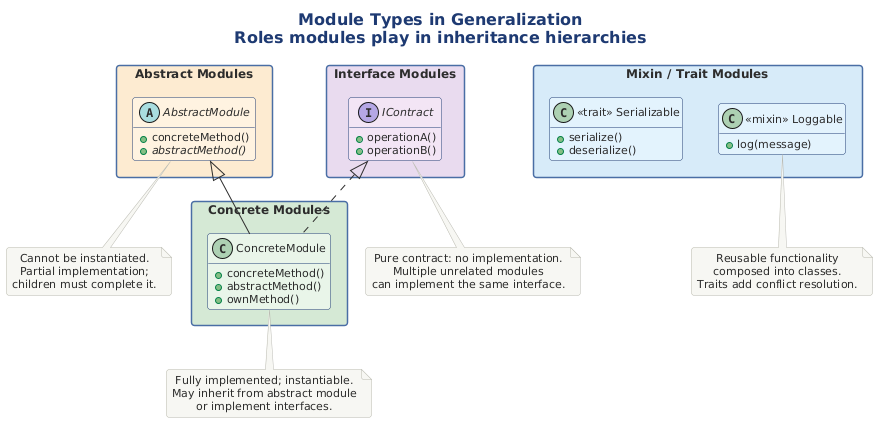
The PlantUML diagram src/architecture/views-and-beyond/style-catalogs/module/generalization-style/png/module-types-generalization-roles-modules.png in Notoriousjayy/latex-docs, before a commit. Its diagram source:
```plantuml
@startuml

title **Module Types in Generalization**\nRoles modules play in inheritance hierarchies

!include ../../../../../../tooling/styles/plantuml/structural/class-diagram-style.iuml

package "Abstract Modules" #FDEBD0 {
  abstract class "AbstractModule" as absmod #FFF3E0 {
    + concreteMethod()
    {abstract} + abstractMethod()
  }
}

package "Interface Modules" #E8DAEF {
  interface "IContract" as iface #F3E5F5 {
    + operationA()
    + operationB()
  }
}

package "Concrete Modules" #D5E8D4 {
  class "ConcreteModule" as conmod #E8F5E9 {
    + concreteMethod()
    + abstractMethod()
    + ownMethod()
  }
}

package "Mixin / Trait Modules" #D6EAF8 {
  class "<<mixin>> Loggable" as mixin #E3F2FD {
    + log(message)
  }
  class "<<trait>> Serializable" as trait #E3F2FD {
    + serialize()
    + deserialize()
  }
}

absmod <|-- conmod
iface <|.. conmod

note bottom of absmod
  Cannot be instantiated.
  Partial implementation;
  children must complete it.
end note

note bottom of iface
  Pure contract: no implementation.
  Multiple unrelated modules
  can implement the same interface.
end note

note bottom of conmod
  Fully implemented; instantiable.
  May inherit from abstract module
  or implement interfaces.
end note

note bottom of mixin
  Reusable functionality
  composed into classes.
  Traits add conflict resolution.
end note

@enduml
```
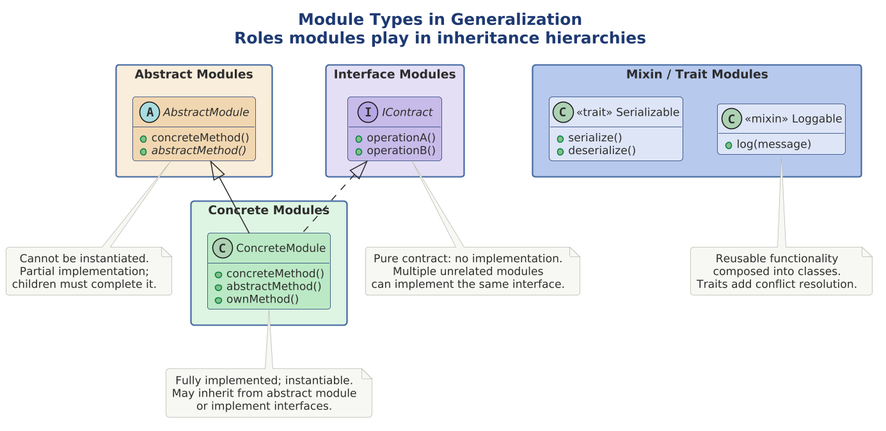
Above is the later version.

The edit, as a diff of the source:
```diff
@@ -1,36 +1,41 @@
 @startuml
+
+skinparam dpi 150
+
+
+
 
 title **Module Types in Generalization**\nRoles modules play in inheritance hierarchies
 
 !include ../../../../../../tooling/styles/plantuml/structural/class-diagram-style.iuml
 
-package "Abstract Modules" #FDEBD0 {
-  abstract class "AbstractModule" as absmod #FFF3E0 {
+package "Abstract Modules" $fill_caution {
+  abstract class "AbstractModule" as absmod $deep_caution {
     + concreteMethod()
     {abstract} + abstractMethod()
   }
 }
 
-package "Interface Modules" #E8DAEF {
-  interface "IContract" as iface #F3E5F5 {
+package "Interface Modules" $fill_alt {
+  interface "IContract" as iface $deep_alt {
     + operationA()
     + operationB()
   }
 }
 
-package "Concrete Modules" #D5E8D4 {
-  class "ConcreteModule" as conmod #E8F5E9 {
+package "Concrete Modules" $fill_ok {
+  class "ConcreteModule" as conmod $deep_ok {
     + concreteMethod()
     + abstractMethod()
     + ownMethod()
   }
 }
 
-package "Mixin / Trait Modules" #D6EAF8 {
-  class "<<mixin>> Loggable" as mixin #E3F2FD {
+package "Mixin / Trait Modules" $deep_primary {
+  class "<<mixin>> Loggable" as mixin $fill_primary {
     + log(message)
   }
-  class "<<trait>> Serializable" as trait #E3F2FD {
+  class "<<trait>> Serializable" as trait $fill_primary {
     + serialize()
     + deserialize()
   }
```
